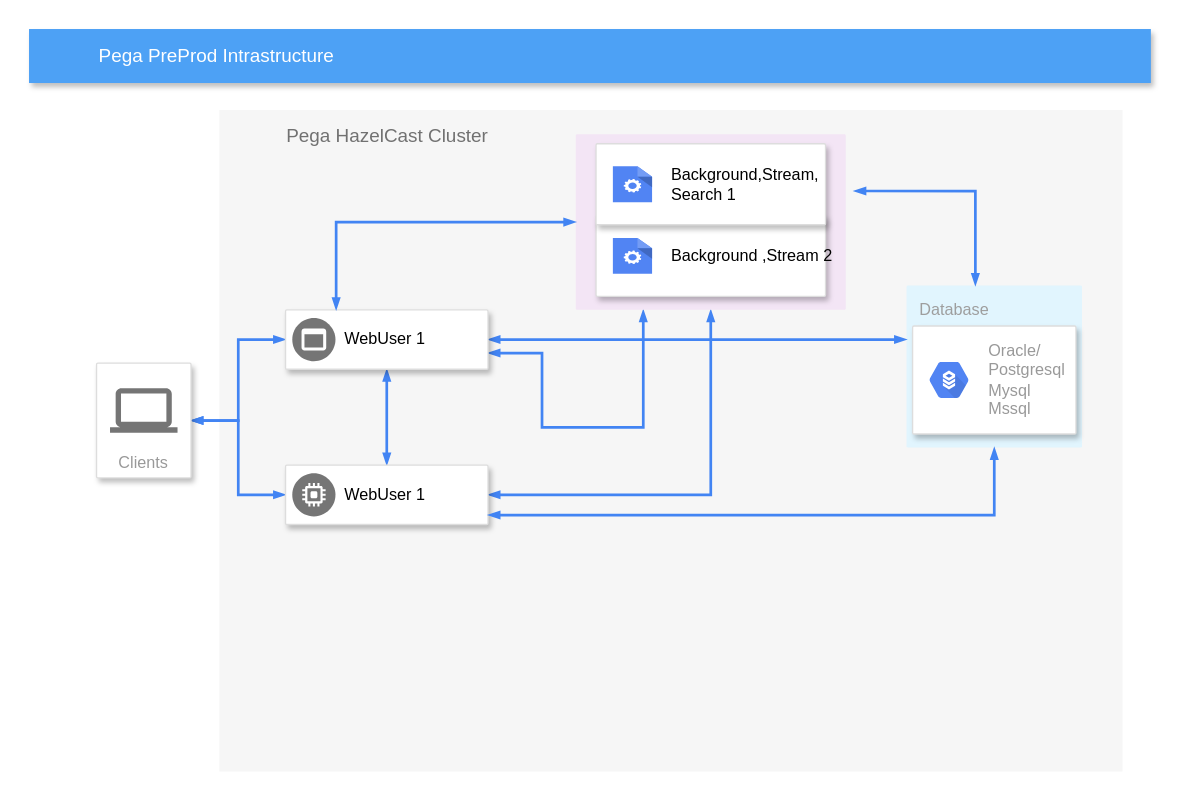
Above: Pega Test.drawio in ergun598/CloudTest (draw.io), before the change. Source tidied: cells renumbered, new cells numbered last; positions are measured from the earlier drawing's top-left corner, leaving out a move shared by most shapes. Both pictures are drawn from the tidied source at 135%, with x=0, y=0 at pixel (28, 28).
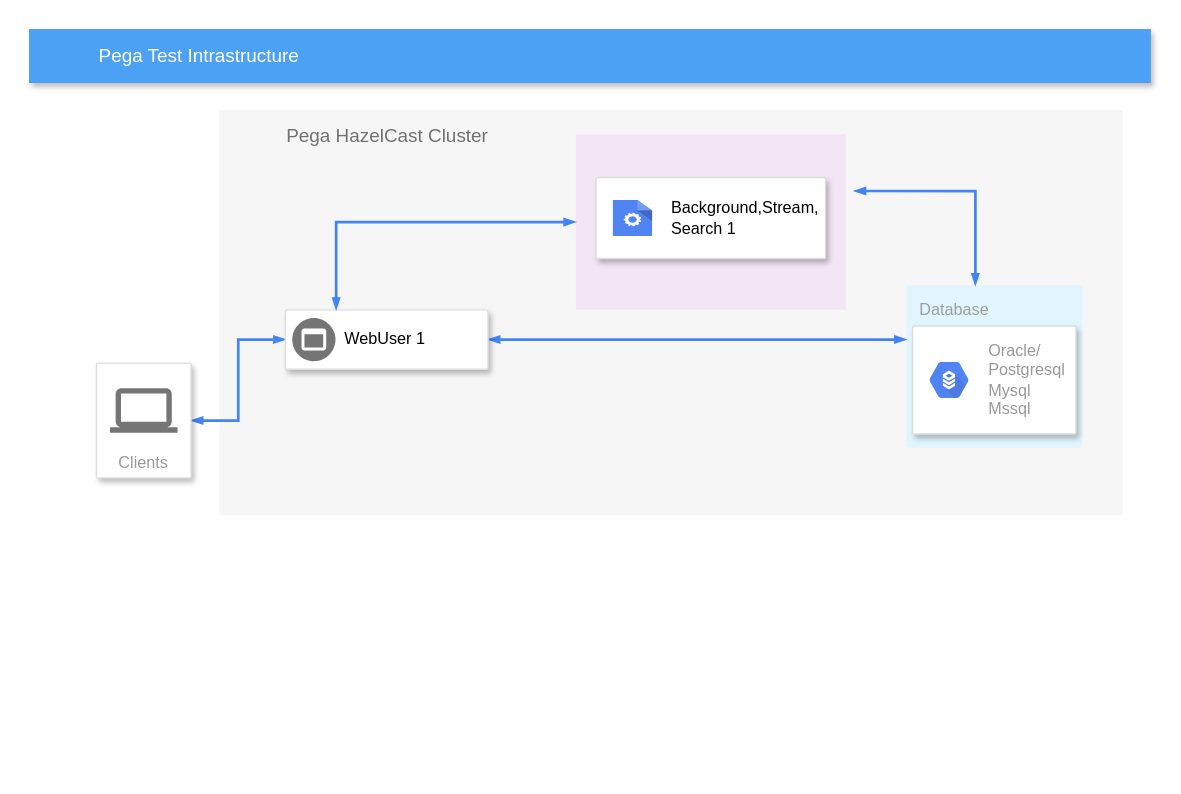
The same diagram, later.

The change refers to these unchanged cells:
```xml
<mxCell id="3" value="Database" style="rounded=1;absoluteArcSize=1;arcSize=2;html=1;strokeColor=none;gradientColor=none;shadow=0;dashed=0;strokeColor=none;fontSize=12;fontColor=#9E9E9E;align=left;verticalAlign=top;spacing=10;spacingTop=-4;fillColor=#E1F5FE;" parent="1" vertex="1">
  <mxGeometry x="650" y="190" width="130" height="120" as="geometry" />
</mxCell>
<mxCell id="7" value="Clients" style="strokeColor=#dddddd;fillColor=#ffffff;shadow=1;strokeWidth=1;rounded=1;absoluteArcSize=1;arcSize=2;labelPosition=center;verticalLabelPosition=middle;align=center;verticalAlign=bottom;spacingLeft=0;fontColor=#999999;fontSize=12;whiteSpace=wrap;spacingBottom=2;html=1;" parent="1" vertex="1">
  <mxGeometry x="50" y="247.5" width="70" height="85" as="geometry" />
</mxCell>
<mxCell id="12" style="strokeColor=#dddddd;fillColor=#ffffff;shadow=1;strokeWidth=1;rounded=1;absoluteArcSize=1;arcSize=2;fontSize=10;fontColor=#999999;align=left;html=1;" parent="1" vertex="1">
  <mxGeometry x="190" y="208" width="150" height="44" as="geometry" />
</mxCell>
<mxCell id="20" style="sketch=0;points=[[0,0,0],[0.25,0,0],[0.5,0,0],[0.75,0,0],[1,0,0],[1,0.25,0],[1,0.5,0],[1,0.75,0],[1,1,0],[0.75,1,0],[0.5,1,0],[0.25,1,0],[0,1,0],[0,0.75,0],[0,0.5,0],[0,0.25,0]];rounded=1;absoluteArcSize=1;arcSize=2;html=1;strokeColor=none;gradientColor=none;shadow=0;dashed=0;fontSize=12;fontColor=#9E9E9E;align=left;verticalAlign=top;spacing=10;spacingTop=-4;whiteSpace=wrap;fillColor=#F3E5F5;" parent="1" vertex="1">
  <mxGeometry x="405" y="78" width="200" height="130" as="geometry" />
</mxCell>
```

Diff of the diagram source:
```diff
@@
     <mxCell id="2" value="Pega HazelCast Cluster" style="fillColor=#F6F6F6;strokeColor=none;shadow=0;gradientColor=none;fontSize=14;align=left;spacing=10;fontColor=#717171;9E9E9E;verticalAlign=top;spacingTop=-4;fontStyle=0;spacingLeft=40;html=1;" parent="1" vertex="1">
-      <mxGeometry x="141" y="60" width="669" height="490" as="geometry" />
+      <mxGeometry x="141" y="60" width="669" height="300" as="geometry" />
     </mxCell>
@@
-    <mxCell id="4" value="Pega PreProd Intrastructure" style="fillColor=#4DA1F5;strokeColor=none;shadow=1;gradientColor=none;fontSize=14;align=left;spacingLeft=50;fontColor=#ffffff;html=1;" parent="1" vertex="1">
+    <mxCell id="4" value="Pega Test Intrastructure" style="fillColor=#4DA1F5;strokeColor=none;shadow=1;gradientColor=none;fontSize=14;align=left;spacingLeft=50;fontColor=#ffffff;html=1;" parent="1" vertex="1">
       <mxGeometry width="831" height="40" as="geometry" />
     </mxCell>
@@
-    <mxCell id="6" style="edgeStyle=orthogonalEdgeStyle;rounded=0;html=1;labelBackgroundColor=none;startArrow=blockThin;startFill=1;endArrow=blockThin;endFill=1;jettySize=auto;strokeColor=#4284F3;strokeWidth=2;fontSize=10;fontColor=#999999;align=center;dashed=0;endSize=4;startSize=4;" parent="1" edge="1" source="7" target="15">
-      <mxGeometry relative="1" as="geometry" />
-    </mxCell>
@@
-    <mxCell id="9" style="edgeStyle=orthogonalEdgeStyle;rounded=0;html=1;labelBackgroundColor=none;startArrow=blockThin;startFill=1;endArrow=blockThin;endFill=1;jettySize=auto;strokeColor=#4284F3;strokeWidth=2;fontSize=10;fontColor=#999999;align=center;dashed=0;endSize=4;startSize=4;" parent="1" edge="1" source="12" target="15">
-      <mxGeometry relative="1" as="geometry" />
-    </mxCell>
@@
-    <mxCell id="11" style="edgeStyle=orthogonalEdgeStyle;rounded=0;html=1;labelBackgroundColor=none;startArrow=blockThin;startFill=1;endArrow=blockThin;endFill=1;jettySize=auto;strokeColor=#4284F3;strokeWidth=2;fontSize=10;fontColor=#999999;align=center;dashed=0;endSize=4;startSize=4;entryX=0.25;entryY=1;entryDx=0;entryDy=0;entryPerimeter=0;" parent="1" edge="1" source="12" target="20">
-      <mxGeometry relative="1" as="geometry">
-        <Array as="points">
-          <mxPoint x="380" y="240" />
-          <mxPoint x="380" y="295" />
-          <mxPoint x="455" y="295" />
-        </Array>
-      </mxGeometry>
-    </mxCell>
@@
-    <mxCell id="14" style="edgeStyle=orthogonalEdgeStyle;rounded=0;html=1;labelBackgroundColor=none;startArrow=blockThin;startFill=1;endArrow=blockThin;endFill=1;jettySize=auto;strokeColor=#4284F3;strokeWidth=2;fontSize=10;fontColor=#999999;align=center;dashed=0;endSize=4;startSize=4;entryX=0.5;entryY=1;entryDx=0;entryDy=0;entryPerimeter=0;" parent="1" edge="1" source="15" target="20">
-      <mxGeometry relative="1" as="geometry" />
-    </mxCell>
-    <mxCell id="15" style="strokeColor=#dddddd;fillColor=#ffffff;shadow=1;strokeWidth=1;rounded=1;absoluteArcSize=1;arcSize=2;fontSize=10;fontColor=#999999;align=left;html=1;" parent="1" vertex="1">
-      <mxGeometry x="190" y="323" width="150" height="44" as="geometry" />
-    </mxCell>
-    <mxCell id="16" value="WebUser 1" style="dashed=0;html=1;fillColor=#757575;strokeColor=none;shape=mxgraph.gcp2.dedicated_game_server;labelPosition=right;verticalLabelPosition=middle;align=left;verticalAlign=middle;spacingLeft=5;fontColor=#000000;fontSize=12;" parent="15" vertex="1">
-      <mxGeometry y="0.5" width="32" height="32" relative="1" as="geometry">
-        <mxPoint x="5" y="-16" as="offset" />
-      </mxGeometry>
-    </mxCell>
@@
-    <mxCell id="19" style="edgeStyle=orthogonalEdgeStyle;rounded=0;html=1;labelBackgroundColor=none;startArrow=blockThin;startFill=1;endArrow=blockThin;endFill=1;jettySize=auto;strokeColor=#4284F3;strokeWidth=2;fontSize=10;fontColor=#999999;align=center;dashed=0;endSize=4;startSize=4;" parent="1" edge="1" source="3" target="15">
-      <mxGeometry relative="1" as="geometry">
-        <Array as="points">
-          <mxPoint x="460" y="360" />
-          <mxPoint x="460" y="360" />
-        </Array>
-      </mxGeometry>
-    </mxCell>
@@
-    <mxCell id="21" style="strokeColor=#dddddd;fillColor=#ffffff;shadow=1;strokeWidth=1;rounded=1;absoluteArcSize=1;arcSize=2;fontSize=10;fontColor=#999999;align=left;html=1;" parent="1" vertex="1">
-      <mxGeometry x="420" y="138" width="170" height="60" as="geometry" />
-    </mxCell>
-    <mxCell id="22" value="&lt;font color=&quot;#000000&quot;&gt;Background ,Stream 2&lt;/font&gt;" style="dashed=0;html=1;fillColor=#5184F3;strokeColor=none;shape=mxgraph.gcp2.hexIcon;prIcon=process;labelPosition=right;verticalLabelPosition=middle;align=left;verticalAlign=middle;spacingLeft=5;fontColor=#999999;fontSize=12;" parent="21" vertex="1">
-      <mxGeometry y="0.5" width="44" height="39" relative="1" as="geometry">
-        <mxPoint x="5" y="-19.5" as="offset" />
-      </mxGeometry>
-    </mxCell>
     <mxCell id="23" style="strokeColor=#dddddd;fillColor=#ffffff;shadow=1;strokeWidth=1;rounded=1;absoluteArcSize=1;arcSize=2;fontSize=10;fontColor=#999999;align=left;html=1;" parent="1" vertex="1">
-      <mxGeometry x="420" y="85" width="170" height="60" as="geometry" />
+      <mxGeometry x="420" y="110" width="170" height="60" as="geometry" />
     </mxCell>
```
